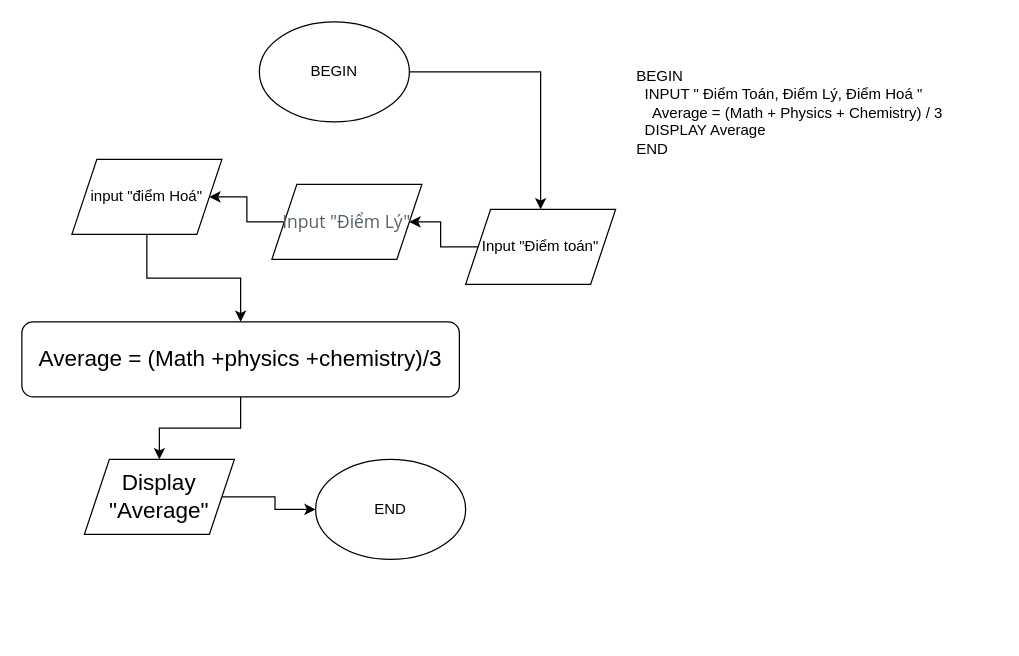
Before: ss3_psedo_code_flowchart/exercises/Mô tả thuật toán tính điểm trung bình.drawio in sontran987/C0123G1_Tran_Thanh_Son, a draw.io diagram. Source tidied: cells renumbered, new cells numbered last; positions are measured from the earlier drawing's top-left corner, leaving out a move shared by most shapes. Both pictures are drawn from the tidied source at 125%, with x=0, y=0 at pixel (21, 21).
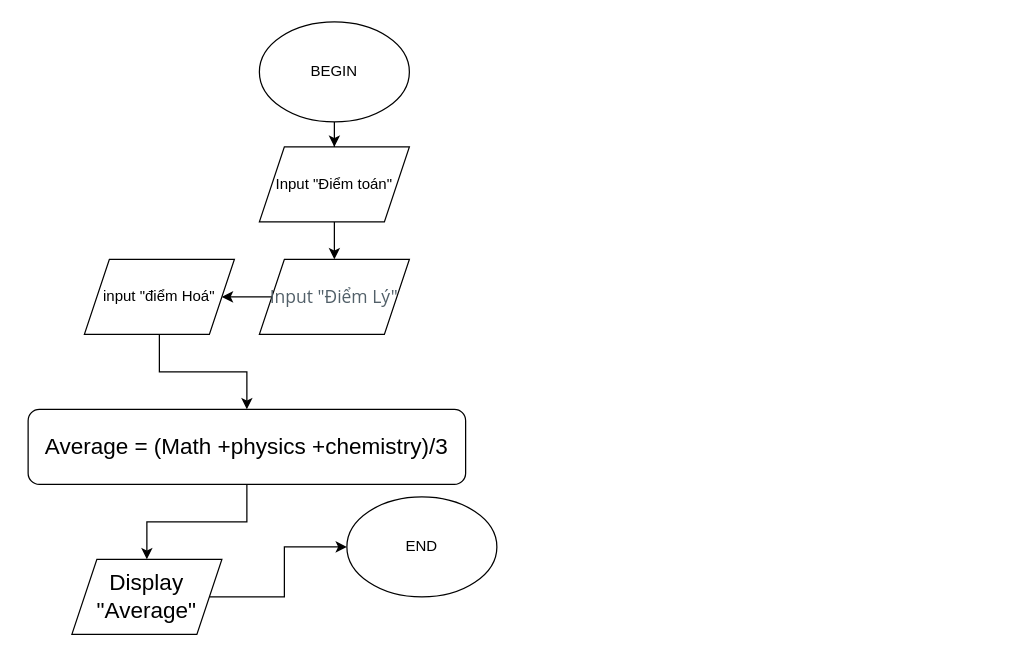
After the change.

Diff of the diagram source:
```diff
@@
 <mxGraphModel>
   <root>
     <mxCell id="0" />
     <mxCell id="1" parent="0" />
     <mxCell id="2" style="edgeStyle=orthogonalEdgeStyle;rounded=0;jettySize=auto;html=1;" parent="1" edge="1" source="3" target="10">
       <mxGeometry relative="1" as="geometry" />
     </mxCell>
     <mxCell id="3" value="&lt;div style=&quot;text-align: left;&quot;&gt;&lt;font face=&quot;Open Sans, sans-serif&quot; color=&quot;#526069&quot;&gt;&lt;span style=&quot;font-size: 14px;&quot;&gt;Input &quot;Điểm Lý&quot;&lt;/span&gt;&lt;/font&gt;&lt;/div&gt;" style="shape=parallelogram;perimeter=parallelogramPerimeter;whiteSpace=wrap;html=1;fixedSize=1;" parent="1" vertex="1">
-      <mxGeometry x="200" y="130" width="120" height="60" as="geometry" />
+      <mxGeometry x="190" y="190" width="120" height="60" as="geometry" />
     </mxCell>
     <mxCell id="4" style="edgeStyle=orthogonalEdgeStyle;rounded=0;jettySize=auto;html=1;" parent="1" edge="1" source="5" target="8">
       <mxGeometry relative="1" as="geometry" />
     </mxCell>
     <mxCell id="5" value="Display &quot;Average&quot;" style="shape=parallelogram;perimeter=parallelogramPerimeter;whiteSpace=wrap;html=1;fixedSize=1;fontSize=18;" parent="1" vertex="1">
-      <mxGeometry x="50" y="350" width="120" height="60" as="geometry" />
+      <mxGeometry x="40" y="430" width="120" height="60" as="geometry" />
     </mxCell>
     <mxCell id="6" style="edgeStyle=orthogonalEdgeStyle;rounded=0;jettySize=auto;html=1;fontSize=18;" parent="1" edge="1" source="7" target="5">
       <mxGeometry relative="1" as="geometry" />
     </mxCell>
     <mxCell id="7" value="&lt;div style=&quot;&quot;&gt;&lt;span style=&quot;background-color: initial;&quot;&gt;Average = (Math +physics +chemistry)/3&lt;/span&gt;&lt;/div&gt;" style="rounded=1;whiteSpace=wrap;html=1;fontSize=18;align=center;" parent="1" vertex="1">
-      <mxGeometry y="240" width="350" height="60" as="geometry" />
+      <mxGeometry x="5" y="310" width="350" height="60" as="geometry" />
     </mxCell>
     <mxCell id="8" value="END" style="ellipse;whiteSpace=wrap;html=1;" parent="1" vertex="1">
-      <mxGeometry x="235" y="350" width="120" height="80" as="geometry" />
+      <mxGeometry x="260" y="380" width="120" height="80" as="geometry" />
     </mxCell>
     <mxCell id="9" style="edgeStyle=orthogonalEdgeStyle;rounded=0;jettySize=auto;html=1;" parent="1" edge="1" source="10" target="7">
       <mxGeometry relative="1" as="geometry" />
     </mxCell>
     <mxCell id="10" value="input &quot;điểm Hoá&quot;" style="shape=parallelogram;perimeter=parallelogramPerimeter;whiteSpace=wrap;html=1;fixedSize=1;" parent="1" vertex="1">
-      <mxGeometry x="40" y="110" width="120" height="60" as="geometry" />
+      <mxGeometry x="50" y="190" width="120" height="60" as="geometry" />
     </mxCell>
     <mxCell id="11" style="edgeStyle=orthogonalEdgeStyle;rounded=0;jettySize=auto;html=1;" parent="1" edge="1" source="12" target="3">
       <mxGeometry relative="1" as="geometry" />
     </mxCell>
     <mxCell id="12" value="Input &quot;Điểm toán&quot;" style="shape=parallelogram;perimeter=parallelogramPerimeter;whiteSpace=wrap;html=1;fixedSize=1;" parent="1" vertex="1">
-      <mxGeometry x="355" y="150" width="120" height="60" as="geometry" />
+      <mxGeometry x="190" y="100" width="120" height="60" as="geometry" />
     </mxCell>
     <mxCell id="13" style="edgeStyle=orthogonalEdgeStyle;rounded=0;jettySize=auto;html=1;" parent="1" edge="1" source="14" target="12">
       <mxGeometry relative="1" as="geometry" />
     </mxCell>
     <mxCell id="14" value="BEGIN" style="ellipse;whiteSpace=wrap;html=1;" parent="1" vertex="1">
       <mxGeometry x="190" width="120" height="80" as="geometry" />
     </mxCell>
-    <mxCell id="15" value="BEGIN&#10;  INPUT &quot; Điểm Toán, Điểm Lý, Điểm Hoá &quot;&#10;    Average = (Math + Physics + Chemistry) / 3&#10;  DISPLAY Average&#10;END" style="text;whiteSpace=wrap;html=1;" parent="1" vertex="1">
-      <mxGeometry x="490" y="30" width="290" height="100" as="geometry" />
-    </mxCell>
   </root>
 </mxGraphModel>
```
